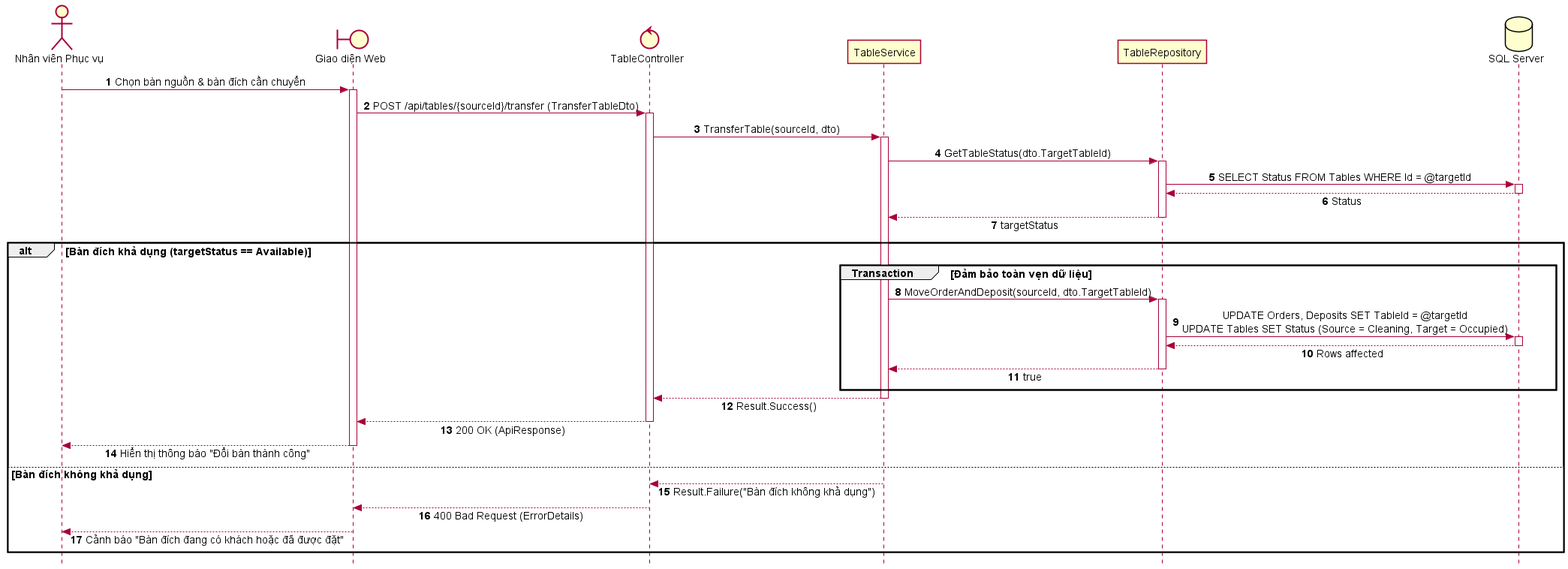
The PlantUML diagram docs/Diagram/puml/sequences/SD_UC_E4_1_Transfer_Table.png in AndrewQng/VinDining, before a commit.
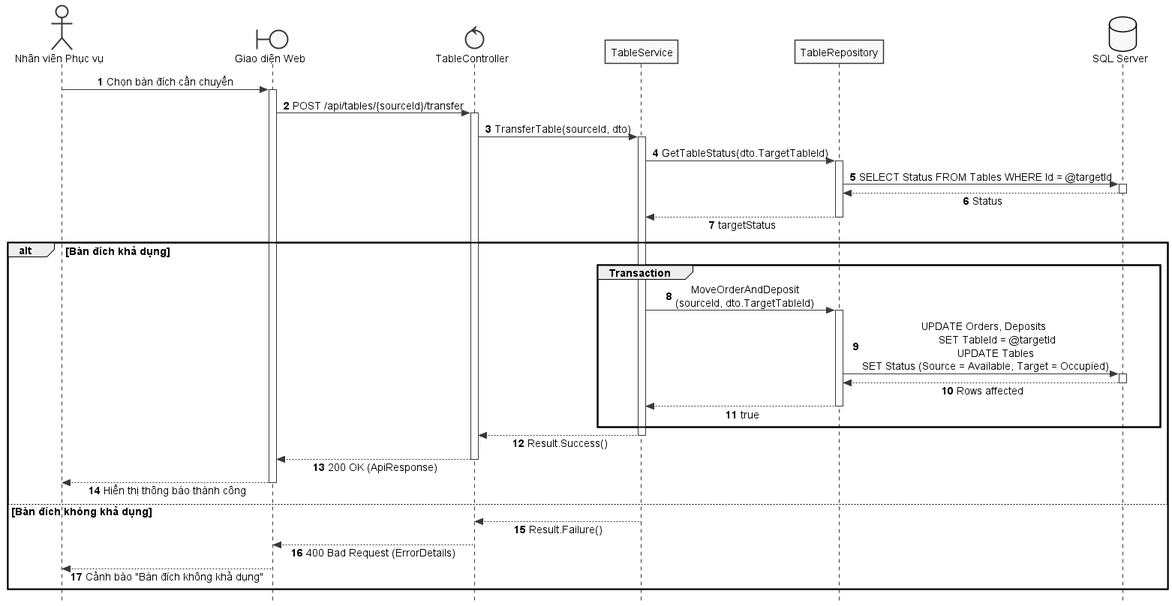
After the commit.

Diff of the diagram source:
```diff
@@ -1,6 +1,8 @@
 @startuml SD_UC_E4_1_Transfer_Table
 autonumber
 skinparam style strictuml
+skinparam monochrome true
+skinparam shadowing false
 skinparam sequenceMessageAlign center
 skinparam responseMessageBelowArrow true
 skinparam defaultFontName "Segoe UI", Arial, sans-serif
@@ -15,8 +17,8 @@
 participant "TableRepository" as Repo
 database "SQL Server" as DB
 
-Waitstaff -> UI: Chọn bàn nguồn & bàn đích cần chuyển
-UI -> Controller: POST /api/tables/{sourceId}/transfer (TransferTableDto)
+Waitstaff -> UI: Chọn bàn đích cần chuyển
+UI -> Controller: POST /api/tables/{sourceId}/transfer
 Controller -> Service: TransferTable(sourceId, dto)
 
 Service -> Repo: GetTableStatus(dto.TargetTableId)
@@ -24,20 +26,20 @@
 DB --> Repo: Status
 Repo --> Service: targetStatus
 
-alt Bàn đích khả dụng (targetStatus == Available)
-    group Transaction [Đảm bảo toàn vẹn dữ liệu]
-        Service -> Repo: MoveOrderAndDeposit(sourceId, dto.TargetTableId)
-        Repo -> DB: UPDATE Orders, Deposits SET TableId = @targetId\nUPDATE Tables SET Status (Source = Cleaning, Target = Occupied)
+alt Bàn đích khả dụng
+    group Transaction
+        Service -> Repo: MoveOrderAndDeposit\n(sourceId, dto.TargetTableId)
+        Repo -> DB: UPDATE Orders, Deposits \n        SET TableId = @targetId\n        UPDATE Tables \nSET Status (Source = Available, Target = Occupied)
         DB --> Repo: Rows affected
         Repo --> Service: true
     end
     Service --> Controller: Result.Success()
     Controller --> UI: 200 OK (ApiResponse)
-    UI --> Waitstaff: Hiển thị thông báo "Đổi bàn thành công"
+    UI --> Waitstaff: Hiển thị thông báo thành công
 else Bàn đích không khả dụng
-    Service --> Controller: Result.Failure("Bàn đích không khả dụng")
+    Service --> Controller: Result.Failure()
     Controller --> UI: 400 Bad Request (ErrorDetails)
-    UI --> Waitstaff: Cảnh báo "Bàn đích đang có khách hoặc đã được đặt"
+    UI --> Waitstaff: Cảnh báo "Bàn đích không khả dụng"
 end
 
 @enduml
```
